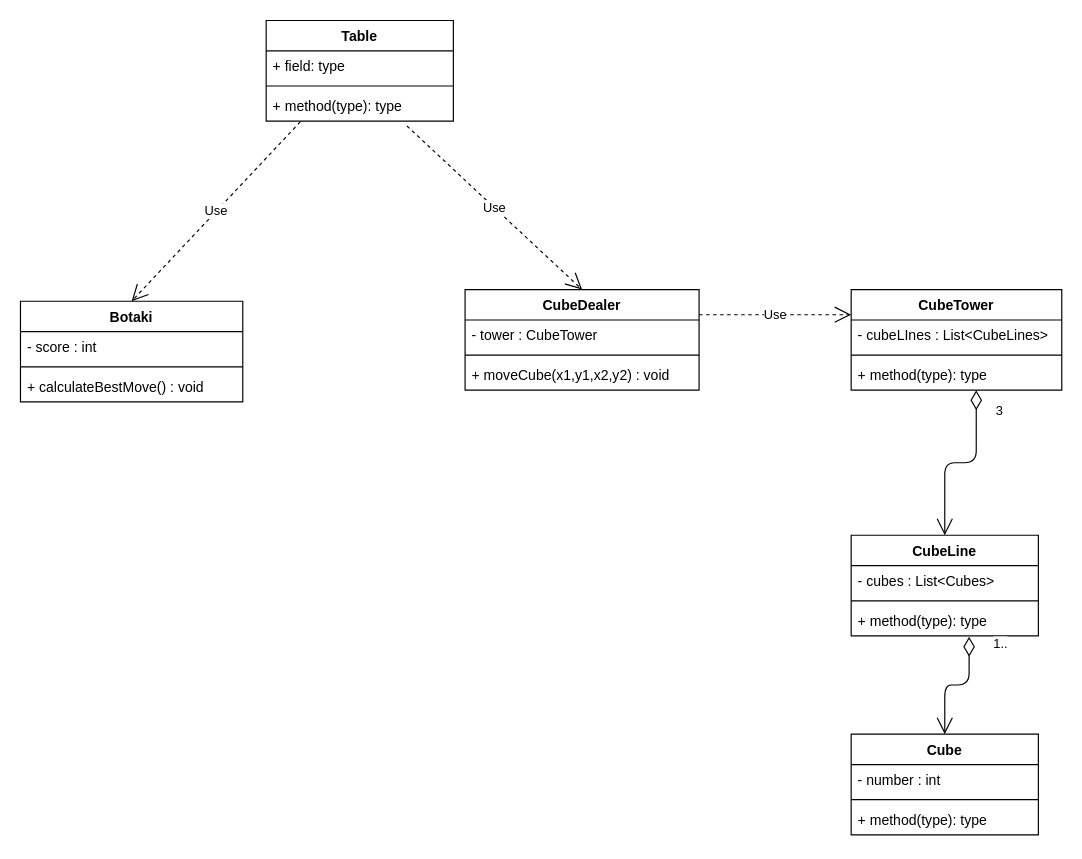
Earlier version of the draw.io diagram ask1.drawio (philipAthanasopoulos/Cube-io). Source tidied: cells renumbered, new cells numbered last; positions are measured from the earlier drawing's top-left corner, leaving out a move shared by most shapes. Both pictures are drawn from the tidied source at 117%, with x=0, y=0 at pixel (20, 20).
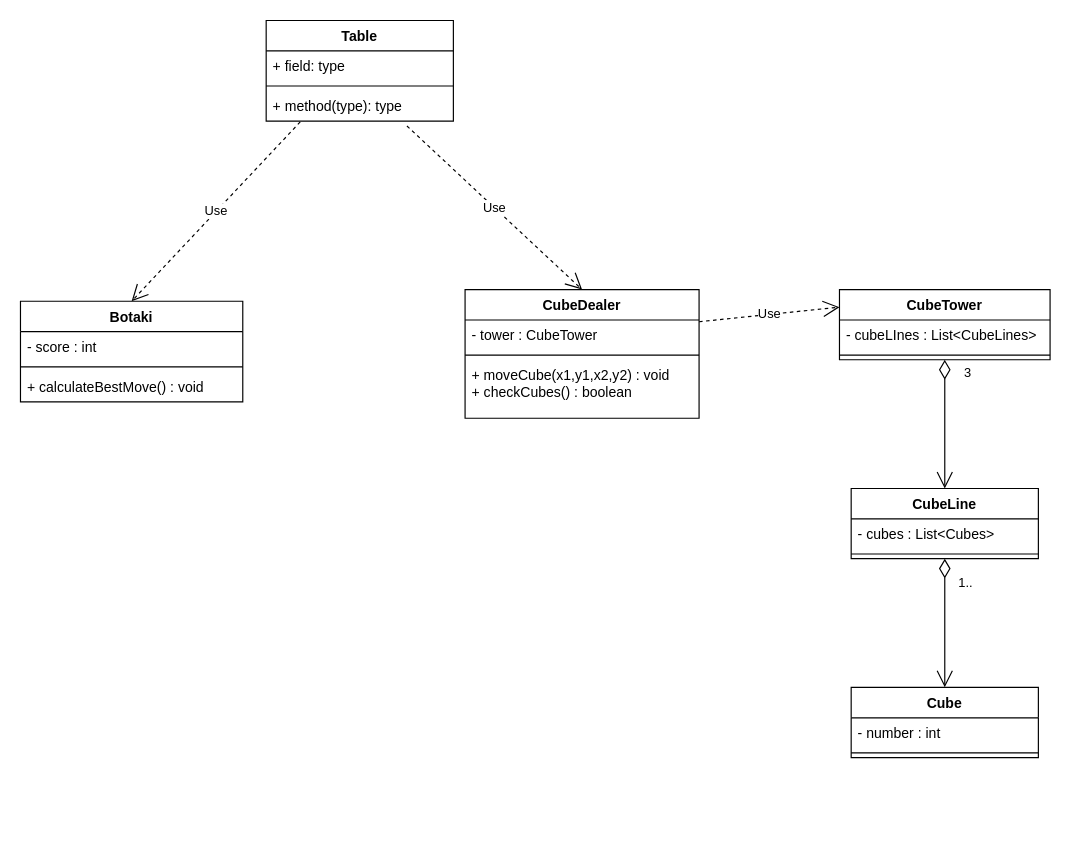
The same page after the edit.

The edit, as a diff of the source:
```diff
@@
     <mxCell id="2" value="Cube" style="swimlane;fontStyle=1;align=center;verticalAlign=top;horizontal=1;startSize=26;" parent="1" vertex="1">
-      <mxGeometry x="710" y="610" width="160" height="86" as="geometry" />
+      <mxGeometry x="710" y="570" width="160" height="60" as="geometry" />
     </mxCell>
@@
-    <mxCell id="5" value="+ method(type): type" style="text;strokeColor=none;fillColor=none;align=left;verticalAlign=top;spacingLeft=4;spacingRight=4;overflow=hidden;" parent="2" vertex="1">
-      <mxGeometry y="60" width="160" height="26" as="geometry" />
-    </mxCell>
@@
     <mxCell id="15" value="CubeLine" style="swimlane;fontStyle=1;align=center;verticalAlign=top;horizontal=1;startSize=26;" parent="1" vertex="1">
-      <mxGeometry x="710" y="440" width="160" height="86" as="geometry" />
+      <mxGeometry x="710" y="400" width="160" height="60" as="geometry" />
     </mxCell>
@@
-    <mxCell id="18" value="+ method(type): type" style="text;strokeColor=none;fillColor=none;align=left;verticalAlign=top;spacingLeft=4;spacingRight=4;overflow=hidden;points=[[0,0.5],[1,0.5]];portConstraint=eastwest;" parent="15" vertex="1">
-      <mxGeometry y="60" width="160" height="26" as="geometry" />
-    </mxCell>
     <mxCell id="19" value="CubeDealer" style="swimlane;fontStyle=1;align=center;verticalAlign=top;horizontal=1;startSize=26;" parent="1" vertex="1">
-      <mxGeometry x="380" y="230" width="200" height="86" as="geometry" />
+      <mxGeometry x="380" y="230" width="200" height="110" as="geometry" />
     </mxCell>
@@
-    <mxCell id="22" value="+ moveCube(x1,y1,x2,y2) : void" style="text;strokeColor=none;fillColor=none;align=left;verticalAlign=top;spacingLeft=4;spacingRight=4;overflow=hidden;" parent="19" vertex="1">
-      <mxGeometry y="60" width="200" height="26" as="geometry" />
+    <mxCell id="22" value="+ moveCube(x1,y1,x2,y2) : void&#10;+ checkCubes() : boolean" style="text;strokeColor=none;fillColor=none;align=left;verticalAlign=top;spacingLeft=4;spacingRight=4;overflow=hidden;" parent="19" vertex="1">
+      <mxGeometry y="60" width="200" height="50" as="geometry" />
     </mxCell>
@@
-    <mxCell id="24" value="1.." style="endArrow=open;html=1;endSize=12;startArrow=diamondThin;startSize=14;startFill=0;edgeStyle=orthogonalEdgeStyle;align=left;verticalAlign=bottom;entryX=0.5;entryY=0;entryDx=0;entryDy=0;exitX=0.63;exitY=1.03;exitDx=0;exitDy=0;exitPerimeter=0;" parent="1" edge="1" source="18" target="2">
-      <mxGeometry x="-0.72" y="19" relative="1" as="geometry" />
+    <mxCell id="24" value="1.." style="endArrow=open;html=1;endSize=12;startArrow=diamondThin;startSize=14;startFill=0;edgeStyle=orthogonalEdgeStyle;align=left;verticalAlign=bottom;entryX=0.5;entryY=0;entryDx=0;entryDy=0;exitX=0.5;exitY=1;exitDx=0;exitDy=0;" parent="1" edge="1" source="15" target="2">
+      <mxGeometry x="-0.45" y="10" relative="1" as="geometry" />
     </mxCell>
@@
     <mxCell id="26" value="CubeTower" style="swimlane;fontStyle=1;align=center;verticalAlign=top;horizontal=1;startSize=26;" parent="1" vertex="1">
-      <mxGeometry x="710" y="230" width="180" height="86" as="geometry" />
+      <mxGeometry x="700" y="230" width="180" height="60" as="geometry" />
     </mxCell>
@@
-    <mxCell id="29" value="+ method(type): type" style="text;strokeColor=none;fillColor=none;align=left;verticalAlign=top;spacingLeft=4;spacingRight=4;overflow=hidden;points=[[0,0.5],[1,0.5]];portConstraint=eastwest;" parent="26" vertex="1">
-      <mxGeometry y="60" width="180" height="26" as="geometry" />
-    </mxCell>
-    <mxCell id="30" value="3&lt;br&gt;" style="endArrow=open;html=1;endSize=12;startArrow=diamondThin;startSize=14;startFill=0;edgeStyle=orthogonalEdgeStyle;align=left;verticalAlign=bottom;exitX=0.594;exitY=1.003;exitDx=0;exitDy=0;exitPerimeter=0;entryX=0.5;entryY=0;entryDx=0;entryDy=0;" parent="1" edge="1" source="29" target="15">
+    <mxCell id="30" value="3&lt;br&gt;" style="endArrow=open;html=1;endSize=12;startArrow=diamondThin;startSize=14;startFill=0;edgeStyle=orthogonalEdgeStyle;align=left;verticalAlign=bottom;exitX=0.5;exitY=1;exitDx=0;exitDy=0;entryX=0.5;entryY=0;entryDx=0;entryDy=0;" parent="1" edge="1" source="26" target="15">
       <mxGeometry x="-0.64" y="15" relative="1" as="geometry" />
     </mxCell>
```
